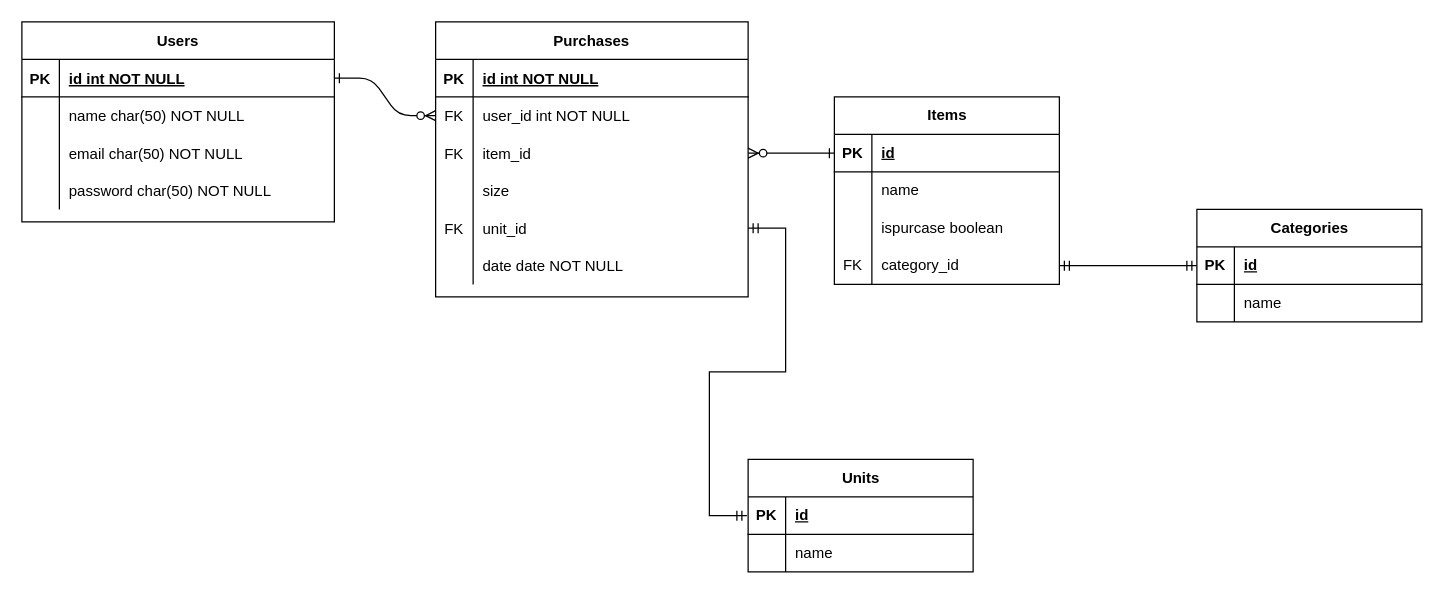
This is ER図.drawio from hideyukihu/kiraku, a draw.io file, before an edit. Source tidied: cells renumbered, new cells numbered last; positions are measured from the earlier drawing's top-left corner, leaving out a move shared by most shapes. Both pictures are drawn from the tidied source at 125%, with x=0, y=0 at pixel (21, 21).
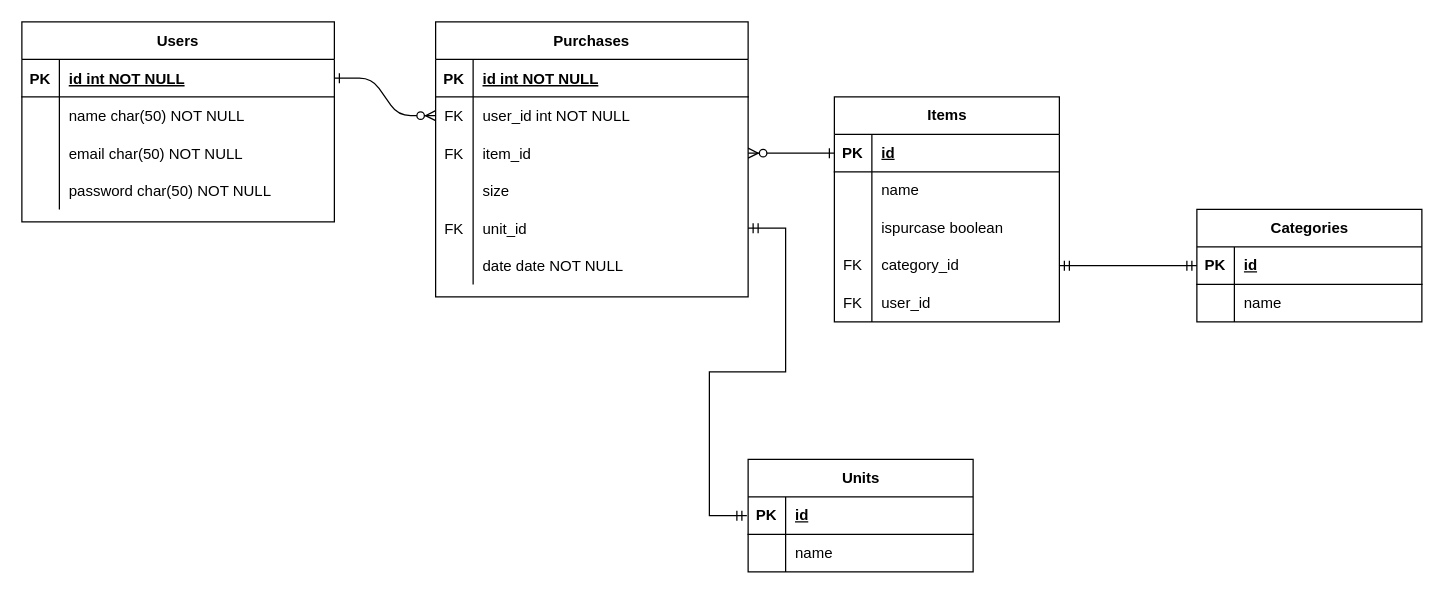
The same page after the edit.

What changed in the source:
```diff
@@
     <mxCell id="35" value="Items" style="shape=table;startSize=30;childLayout=tableLayout;rowLines=0;fontStyle=1;align=center;html=1;" parent="1" vertex="1">
-      <mxGeometry x="650" y="60" width="180" height="150" as="geometry" />
+      <mxGeometry x="650" y="60" width="180" height="180" as="geometry" />
     </mxCell>
@@
+    <mxCell id="65" style="shape=tableRow;horizontal=0;startSize=0;swimlaneHead=0;swimlaneBody=0;fillColor=none;top=0;left=0;right=0;bottom=0;" parent="35" vertex="1">
+      <mxGeometry y="150" width="180" height="30" as="geometry" />
+    </mxCell>
+    <mxCell id="66" value="FK" style="shape=partialRectangle;fillColor=none;top=0;left=0;bottom=0;right=0;overflow=hidden;whiteSpace=wrap;html=1;" parent="65" vertex="1">
+      <mxGeometry width="30" height="30" as="geometry" />
+    </mxCell>
+    <mxCell id="67" value="user_id" style="shape=partialRectangle;fillColor=none;top=0;left=0;bottom=0;right=0;align=left;spacingLeft=6;overflow=hidden;whiteSpace=wrap;html=1;" parent="65" vertex="1">
+      <mxGeometry x="30" width="150" height="30" as="geometry" />
+    </mxCell>
```
